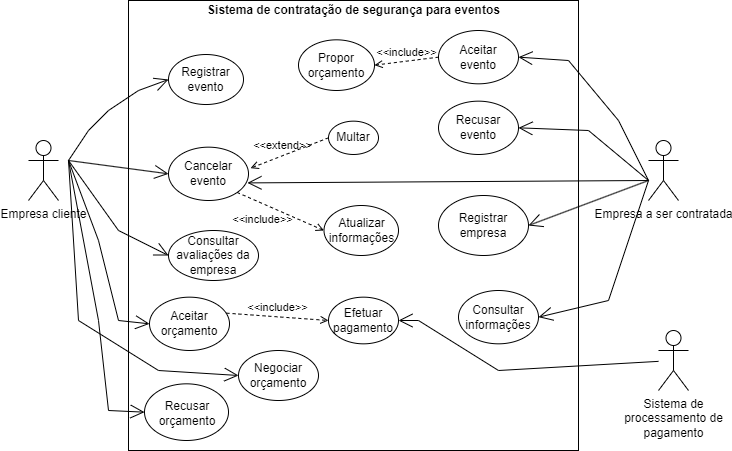
This is Sistema de contratação.drawio.png from enzobernal/projeto_de_software, a draw.io export, as it was before one commit. Source tidied: cells renumbered, new cells last; positions are measured from the earlier drawing's top-left corner, leaving out a move shared by most shapes.
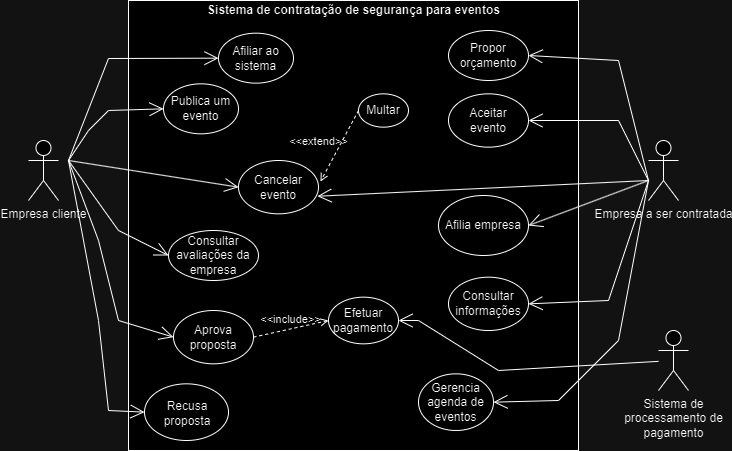
After the commit.

The edit, as a diff of the source:
```diff
@@ -8,41 +8,26 @@
     <mxCell id="3" value="Empresa cliente" style="shape=umlActor;verticalLabelPosition=bottom;verticalAlign=top;html=1;" parent="1" vertex="1">
       <mxGeometry y="140" width="30" height="60" as="geometry" />
     </mxCell>
-    <mxCell id="4" value="Registrar evento" style="ellipse;whiteSpace=wrap;html=1;" parent="1" vertex="1">
-      <mxGeometry x="140" y="54" width="75" height="50" as="geometry" />
+    <mxCell id="4" value="Publica um evento" style="ellipse;whiteSpace=wrap;html=1;" parent="1" vertex="1">
+      <mxGeometry x="135" y="83.3" width="75" height="50" as="geometry" />
     </mxCell>
     <mxCell id="5" value="Cancelar evento" style="ellipse;whiteSpace=wrap;html=1;" parent="1" vertex="1">
-      <mxGeometry x="140" y="146.7" width="80" height="53.3" as="geometry" />
+      <mxGeometry x="210" y="160" width="80" height="53.3" as="geometry" />
     </mxCell>
-    <mxCell id="6" value="Aceitar orçamento" style="ellipse;whiteSpace=wrap;html=1;" parent="1" vertex="1">
-      <mxGeometry x="121" y="296.7" width="80" height="53.3" as="geometry" />
+    <mxCell id="6" value="Aprova proposta" style="ellipse;whiteSpace=wrap;html=1;" parent="1" vertex="1">
+      <mxGeometry x="145" y="310" width="80" height="53.3" as="geometry" />
     </mxCell>
     <mxCell id="7" value="Multar" style="ellipse;whiteSpace=wrap;html=1;" parent="1" vertex="1">
-      <mxGeometry x="300" y="120.7" width="50" height="33.3" as="geometry" />
+      <mxGeometry x="330" y="93.3" width="50" height="33.3" as="geometry" />
     </mxCell>
     <mxCell id="8" value="&amp;lt;&amp;lt;extend&amp;gt;&amp;gt;" style="html=1;verticalAlign=bottom;labelBackgroundColor=none;endArrow=open;endFill=0;dashed=1;rounded=0;exitX=0;exitY=0.5;exitDx=0;exitDy=0;entryX=1.025;entryY=0.394;entryDx=0;entryDy=0;entryPerimeter=0;" parent="1" edge="1" source="7" target="5">
-      <mxGeometry x="0.17" y="-1" relative="1" as="geometry" />
+      <mxGeometry x="0.34" y="-16" relative="1" as="geometry" />
     </mxCell>
-    <mxCell id="9" value="Atualizar informações" style="ellipse;whiteSpace=wrap;html=1;" parent="1" vertex="1">
-      <mxGeometry x="295.5" y="205" width="74.5" height="50" as="geometry" />
-    </mxCell>
-    <mxCell id="10" value="&amp;lt;&amp;lt;include&amp;gt;&amp;gt;" style="html=1;verticalAlign=bottom;labelBackgroundColor=none;endArrow=open;endFill=0;dashed=1;rounded=0;exitX=1;exitY=1;exitDx=0;exitDy=0;entryX=0;entryY=0.5;entryDx=0;entryDy=0;" parent="1" edge="1" source="5" target="9">
-      <mxGeometry x="-0.2" y="-23" relative="1" as="geometry" />
-    </mxCell>
     <mxCell id="11" value="Aceitar &lt;br&gt;evento" style="ellipse;whiteSpace=wrap;html=1;" parent="1" vertex="1">
-      <mxGeometry x="410" y="30" width="80" height="53.3" as="geometry" />
+      <mxGeometry x="420" y="93.3" width="80" height="53.3" as="geometry" />
     </mxCell>
-    <mxCell id="12" value="Recusar evento" style="ellipse;whiteSpace=wrap;html=1;" parent="1" vertex="1">
-      <mxGeometry x="410" y="100.7" width="80" height="53.3" as="geometry" />
-    </mxCell>
-    <mxCell id="13" value="Propor orçamento" style="ellipse;whiteSpace=wrap;html=1;" parent="1" vertex="1">
-      <mxGeometry x="270" y="39.3" width="76" height="50.7" as="geometry" />
-    </mxCell>
-    <mxCell id="14" value="&amp;lt;&amp;lt;include&amp;gt;&amp;gt;" style="html=1;verticalAlign=bottom;labelBackgroundColor=none;endArrow=open;endFill=0;dashed=1;rounded=0;exitX=0;exitY=0.5;exitDx=0;exitDy=0;entryX=1;entryY=0.5;entryDx=0;entryDy=0;" parent="1" edge="1" source="11" target="13">
-      <mxGeometry relative="1" as="geometry" />
-    </mxCell>
     <mxCell id="15" value="Consultar informações" style="ellipse;whiteSpace=wrap;html=1;" parent="1" vertex="1">
-      <mxGeometry x="430" y="290" width="80" height="53.3" as="geometry" />
+      <mxGeometry x="420" y="276.7" width="80" height="53.3" as="geometry" />
     </mxCell>
     <mxCell id="16" value="Empresa a ser contratada" style="shape=umlActor;verticalLabelPosition=bottom;verticalAlign=top;html=1;" parent="1" vertex="1">
       <mxGeometry x="620" y="140" width="30" height="60" as="geometry" />
@@ -62,7 +47,6 @@
         <Array as="points">
           <mxPoint x="60" y="130" />
           <mxPoint x="80" y="110" />
-          <mxPoint x="110" y="90" />
         </Array>
       </mxGeometry>
     </mxCell>
@@ -101,27 +85,18 @@
         <mxPoint x="620" y="180" as="sourcePoint" />
       </mxGeometry>
     </mxCell>
-    <mxCell id="26" style="endArrow=open;endFill=1;endSize=12;html=1;rounded=0;entryX=1;entryY=0.5;entryDx=0;entryDy=0;" parent="1" edge="1" target="12">
-      <mxGeometry relative="1" as="geometry">
-        <mxPoint x="620" y="180" as="sourcePoint" />
-        <Array as="points">
-          <mxPoint x="560" y="130" />
-        </Array>
-      </mxGeometry>
-    </mxCell>
     <mxCell id="27" style="endArrow=open;endFill=1;endSize=12;html=1;rounded=0;entryX=1;entryY=0.5;entryDx=0;entryDy=0;" parent="1" edge="1" target="11">
       <mxGeometry relative="1" as="geometry">
         <mxPoint x="620" y="180" as="sourcePoint" />
         <Array as="points">
           <mxPoint x="590" y="120" />
-          <mxPoint x="540" y="60" />
         </Array>
       </mxGeometry>
     </mxCell>
     <mxCell id="28" style="ellipse;whiteSpace=wrap;html=1;" parent="1" vertex="1">
       <mxGeometry x="116" y="383.3" width="84" height="56.7" as="geometry" />
     </mxCell>
-    <mxCell id="29" value="Recusar orçamento" style="text;html=1;strokeColor=none;fillColor=none;align=center;verticalAlign=middle;whiteSpace=wrap;rounded=0;" parent="1" vertex="1">
+    <mxCell id="29" value="Recusa proposta" style="text;html=1;strokeColor=none;fillColor=none;align=center;verticalAlign=middle;whiteSpace=wrap;rounded=0;" parent="1" vertex="1">
       <mxGeometry x="121" y="396.7" width="76" height="33.3" as="geometry" />
     </mxCell>
     <mxCell id="30" style="endArrow=open;endFill=1;endSize=12;html=1;rounded=0;entryX=0;entryY=0.5;entryDx=0;entryDy=0;" parent="1" edge="1" target="28">
@@ -144,7 +119,7 @@
         </Array>
       </mxGeometry>
     </mxCell>
-    <mxCell id="33" value="Registrar empresa" style="ellipse;whiteSpace=wrap;html=1;" parent="1" vertex="1">
+    <mxCell id="33" value="Afilia empresa" style="ellipse;whiteSpace=wrap;html=1;" parent="1" vertex="1">
       <mxGeometry x="410" y="195" width="90" height="60" as="geometry" />
     </mxCell>
     <mxCell id="34" style="endArrow=open;endFill=1;endSize=12;html=1;rounded=0;entryX=1;entryY=0.5;entryDx=0;entryDy=0;" parent="1" edge="1" target="33">
@@ -152,20 +127,42 @@
         <mxPoint x="620" y="180" as="sourcePoint" />
       </mxGeometry>
     </mxCell>
-    <mxCell id="35" value="&amp;lt;&amp;lt;include&amp;gt;&amp;gt;" style="html=1;verticalAlign=bottom;labelBackgroundColor=none;endArrow=open;endFill=0;dashed=1;rounded=0;exitX=0.963;exitY=0.3;exitDx=0;exitDy=0;exitPerimeter=0;entryX=0;entryY=0.5;entryDx=0;entryDy=0;" parent="1" edge="1" source="6" target="18">
+    <mxCell id="35" value="&amp;lt;&amp;lt;include&amp;gt;&amp;gt;" style="html=1;verticalAlign=bottom;labelBackgroundColor=none;endArrow=open;endFill=0;dashed=1;rounded=0;exitX=1;exitY=0.5;exitDx=0;exitDy=0;entryX=0;entryY=0.5;entryDx=0;entryDy=0;" parent="1" edge="1" source="6" target="18">
       <mxGeometry relative="1" as="geometry" />
     </mxCell>
-    <mxCell id="36" value="Negociar orçamento" style="ellipse;whiteSpace=wrap;html=1;" parent="1" vertex="1">
-      <mxGeometry x="210" y="350" width="80" height="50" as="geometry" />
-    </mxCell>
-    <mxCell id="37" style="endArrow=open;endFill=1;endSize=12;html=1;rounded=0;entryX=0;entryY=0.5;entryDx=0;entryDy=0;" parent="1" edge="1" target="36">
-      <mxGeometry relative="1" as="geometry">
-        <mxPoint x="40" y="160" as="sourcePoint" />
-        <Array as="points">
-          <mxPoint x="50" y="320" />
-          <mxPoint x="130" y="370" />
-        </Array>
-      </mxGeometry>
-    </mxCell>
+    <mxCell id="38" value="Afiliar ao sistema" style="ellipse;whiteSpace=wrap;html=1;" parent="1" vertex="1">
+      <mxGeometry x="190" y="32.7" width="75" height="50" as="geometry" />
+    </mxCell>
+    <mxCell id="39" style="endArrow=open;endFill=1;endSize=12;html=1;rounded=0;entryX=0;entryY=0.5;entryDx=0;entryDy=0;" parent="1" edge="1" target="38">
+      <mxGeometry relative="1" as="geometry">
+        <mxPoint x="40" y="160" as="sourcePoint" />
+        <Array as="points">
+          <mxPoint x="80" y="58" />
+        </Array>
+      </mxGeometry>
+    </mxCell>
+    <mxCell id="40" value="Gerencia agenda de eventos" style="ellipse;whiteSpace=wrap;html=1;" parent="1" vertex="1">
+      <mxGeometry x="390" y="373.3" width="75" height="56.7" as="geometry" />
+    </mxCell>
+    <mxCell id="41" style="endArrow=open;endFill=1;endSize=12;html=1;rounded=0;entryX=1;entryY=0.5;entryDx=0;entryDy=0;" parent="1" edge="1" target="40">
+      <mxGeometry relative="1" as="geometry">
+        <mxPoint x="620" y="180" as="sourcePoint" />
+        <Array as="points">
+          <mxPoint x="590" y="340" />
+          <mxPoint x="530" y="400" />
+        </Array>
+      </mxGeometry>
+    </mxCell>
+    <mxCell id="13" value="Propor orçamento" style="ellipse;whiteSpace=wrap;html=1;" parent="1" vertex="1">
+      <mxGeometry x="420" y="30" width="80" height="50" as="geometry" />
+    </mxCell>
+    <mxCell id="42" style="endArrow=open;endFill=1;endSize=12;html=1;rounded=0;entryX=1;entryY=0.5;entryDx=0;entryDy=0;" parent="1" edge="1" target="13">
+      <mxGeometry relative="1" as="geometry">
+        <mxPoint x="620" y="180" as="sourcePoint" />
+        <Array as="points">
+          <mxPoint x="590" y="60" />
+        </Array>
+      </mxGeometry>
+    </mxCell>
   </root>
 </mxGraphModel>
```
